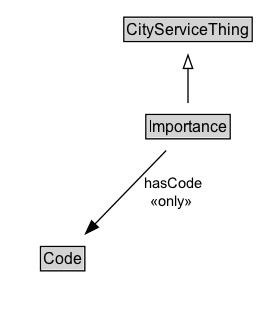
Earlier version of the Graphviz export docs/diagrams/Importance.dot.png (ISO-TC204/ontology-cdm-p2-v1). Its source is kept beside it as docs/diagrams/Importance.dot. Source of this version:
```dot
digraph {
	graph [overlap=false rankdir=TB splines=true]
	node [fontname=Arial fontsize=12 margin=0 shape=none]
	edge [fontname=Arial fontsize=11]
	{
		rank=max
		Importance [label=<<TABLE BORDER="1" CELLBORDER="0" CELLSPACING="0" CELLPADDING="1"><TR><TD BGCOLOR="lightgray" ALIGN="CENTER" PORT="e">Importance</TD></TR></TABLE>> URL="../Importance.md" margin=0]
	}
	subgraph cluster_associated {
		label="" style=invis
		Invis [label=<<TABLE BORDER="0" CELLBORDER="0" CELLSPACING="0" CELLPADDING="1"><TR><TD></TD></TR></TABLE>> margin=0 style=invis]
		Code [label=<<TABLE BORDER="1" CELLBORDER="0" CELLSPACING="0" CELLPADDING="1"><TR><TD BGCOLOR="lightgray" ALIGN="CENTER">Code</TD></TR></TABLE>> URL="../Code.md" margin=0]
	}
	CityServiceThing [label=<<TABLE BORDER="1" CELLBORDER="0" CELLSPACING="0" CELLPADDING="1"><TR><TD BGCOLOR="lightgray" ALIGN="CENTER">CityServiceThing</TD></TR></TABLE>> URL="../CityServiceThing.md" margin=0]
	Importance -> CityServiceThing [arrowhead=onormal style=solid]
	Importance -> Invis [style=invis]
	Invis -> Code [style=invis]
	Importance -> Code [label=" hasCode
 «only»  " arrowhead=normal style=solid]
}
```
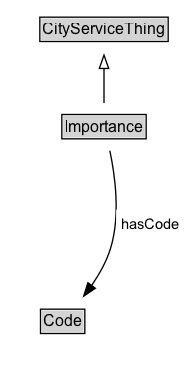
After the commit.

What changed in the source:
```diff
@@ -3,18 +3,21 @@
 	node [fontname=Arial fontsize=12 margin=0 shape=none]
 	edge [fontname=Arial fontsize=11]
 	{
+		rank=source
+		CityServiceThing [label=<<TABLE BORDER="1" CELLBORDER="0" CELLSPACING="0" CELLPADDING="1"><TR><TD BGCOLOR="lightgray" ALIGN="CENTER">CityServiceThing</TD></TR></TABLE>> URL="../CityServiceThing" margin=0]
+	}
+	Importance [label=<<TABLE BORDER="1" CELLBORDER="0" CELLSPACING="0" CELLPADDING="1"><TR><TD BGCOLOR="lightgray" ALIGN="CENTER">Importance</TD></TR></TABLE>> URL="../Importance" margin=0]
+	{
 		rank=max
-		Importance [label=<<TABLE BORDER="1" CELLBORDER="0" CELLSPACING="0" CELLPADDING="1"><TR><TD BGCOLOR="lightgray" ALIGN="CENTER" PORT="e">Importance</TD></TR></TABLE>> URL="../Importance.md" margin=0]
 	}
 	subgraph cluster_associated {
 		label="" style=invis
 		Invis [label=<<TABLE BORDER="0" CELLBORDER="0" CELLSPACING="0" CELLPADDING="1"><TR><TD></TD></TR></TABLE>> margin=0 style=invis]
-		Code [label=<<TABLE BORDER="1" CELLBORDER="0" CELLSPACING="0" CELLPADDING="1"><TR><TD BGCOLOR="lightgray" ALIGN="CENTER">Code</TD></TR></TABLE>> URL="../Code.md" margin=0]
+		Code [label=<<TABLE BORDER="1" CELLBORDER="0" CELLSPACING="0" CELLPADDING="1"><TR><TD BGCOLOR="lightgray" ALIGN="CENTER">Code</TD></TR></TABLE>> URL="../Code" margin=0]
 	}
-	CityServiceThing [label=<<TABLE BORDER="1" CELLBORDER="0" CELLSPACING="0" CELLPADDING="1"><TR><TD BGCOLOR="lightgray" ALIGN="CENTER">CityServiceThing</TD></TR></TABLE>> URL="../CityServiceThing.md" margin=0]
 	Importance -> CityServiceThing [arrowhead=onormal style=solid]
 	Importance -> Invis [style=invis]
 	Invis -> Code [style=invis]
-	Importance -> Code [label=" hasCode
- «only»  " arrowhead=normal style=solid]
+	Code [label=<<TABLE BORDER="1" CELLBORDER="0" CELLSPACING="0" CELLPADDING="1"><TR><TD BGCOLOR="lightgray" ALIGN="CENTER">Code</TD></TR></TABLE>> URL="../Code" margin=0]
+	Importance -> Code [label=<<TABLE BORDER="0" CELLBORDER="0" CELLSPACING="0" CELLPADDING="4" BGCOLOR="white"><TR><TD ALIGN="CENTER">hasCode</TD></TR></TABLE>> arrowhead=normal style=solid]
 }
```
